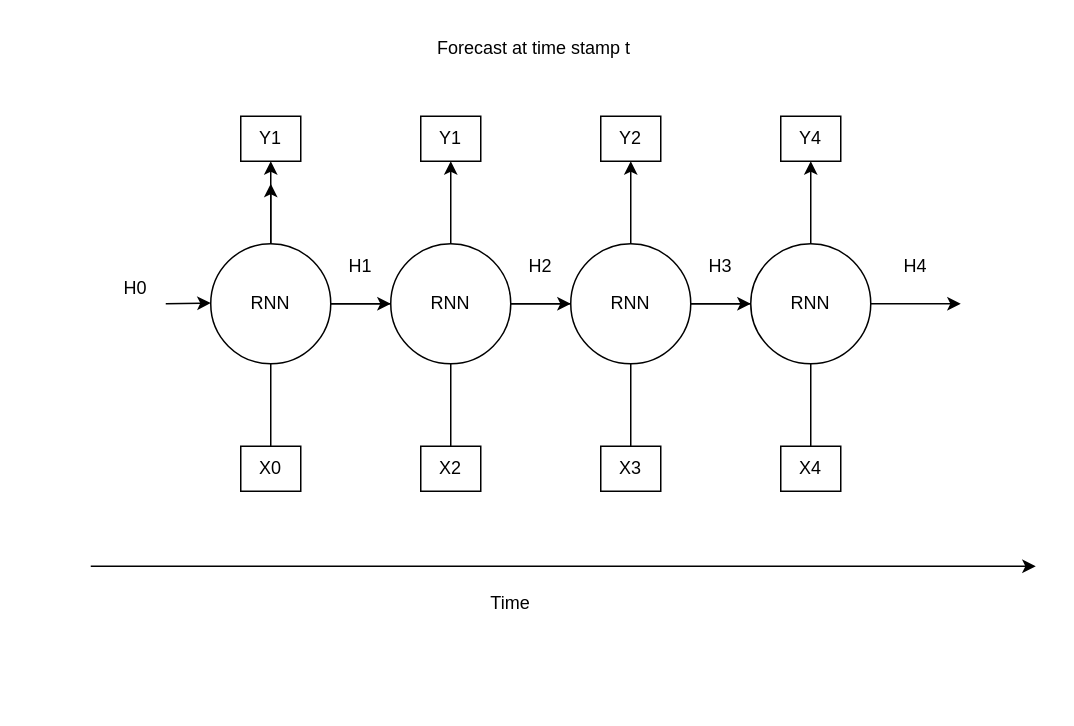
adekuar/test-repo keeps this draw.io diagram as rnn.drawio. Above is the earlier version. Source tidied: cells renumbered, new cells numbered last; positions are measured from the earlier drawing's top-left corner, leaving out a move shared by most shapes. Both pictures are drawn from the tidied source at 150%, with x=0, y=0 at pixel (90, 26).
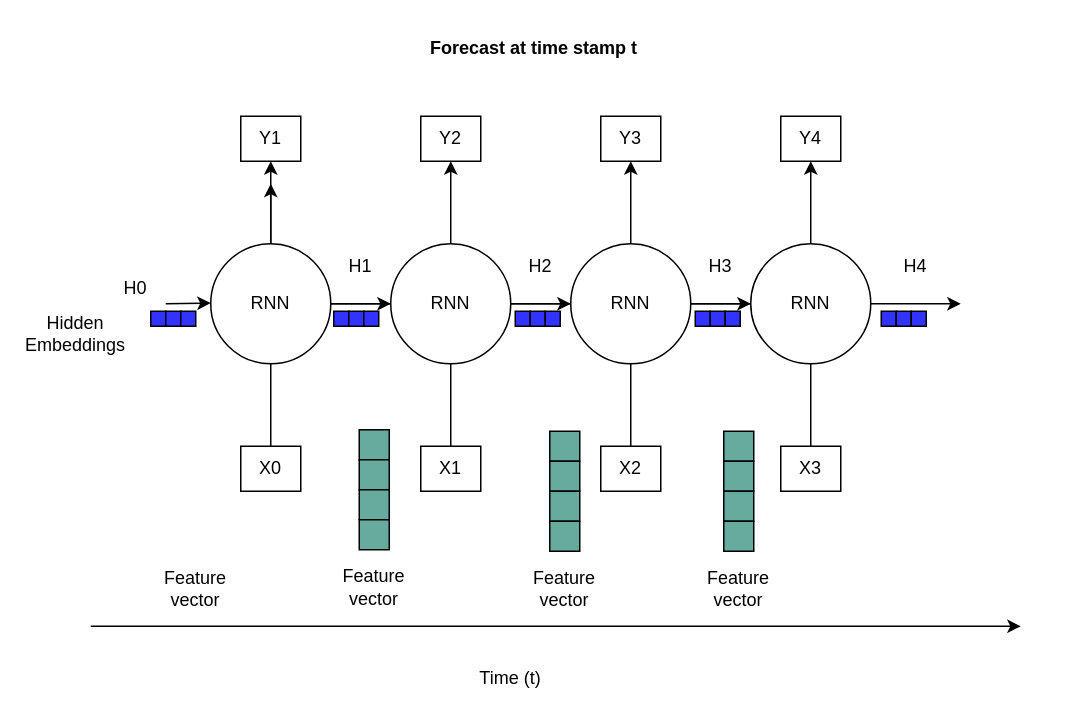
The same page after the edit.

Unchanged cells that the change refers to:
```xml
<mxCell id="5" style="rounded=0;whiteSpace=wrap;html=1;" parent="1" vertex="1">
  <mxGeometry x="100" y="170" width="40" height="30" as="geometry" />
</mxCell>
<mxCell id="8" style="rounded=0;whiteSpace=wrap;html=1;" parent="1" vertex="1">
  <mxGeometry x="220" y="170" width="40" height="30" as="geometry" />
</mxCell>
<mxCell id="11" style="rounded=0;whiteSpace=wrap;html=1;" parent="1" vertex="1">
  <mxGeometry x="340" y="170" width="40" height="30" as="geometry" />
</mxCell>
<mxCell id="13" style="rounded=0;whiteSpace=wrap;html=1;" parent="1" vertex="1">
  <mxGeometry x="460" y="170" width="40" height="30" as="geometry" />
</mxCell>
<mxCell id="27" value="RNN" style="ellipse;whiteSpace=wrap;html=1;" parent="1" vertex="1">
  <mxGeometry x="80" y="145" width="80" height="80" as="geometry" />
</mxCell>
<mxCell id="29" value="RNN" style="ellipse;whiteSpace=wrap;html=1;" parent="1" vertex="1">
  <mxGeometry x="200" y="145" width="80" height="80" as="geometry" />
</mxCell>
<mxCell id="31" value="RNN" style="ellipse;whiteSpace=wrap;html=1;" parent="1" vertex="1">
  <mxGeometry x="320" y="145" width="80" height="80" as="geometry" />
</mxCell>
<mxCell id="32" value="RNN" style="ellipse;whiteSpace=wrap;html=1;" parent="1" vertex="1">
  <mxGeometry x="440" y="145" width="80" height="80" as="geometry" />
</mxCell>
```

What changed in the source:
```diff
@@
-    <mxCell id="2" style="edgeStyle=orthogonalEdgeStyle;rounded=0;jettySize=auto;html=1;" parent="1" edge="1" source="5" target="8">
+    <mxCell id="2" style="edgeStyle=orthogonalEdgeStyle;rounded=0;jettySize=auto;html=1;fillColor=#3333FF;" parent="1" edge="1" source="5" target="8">
       <mxGeometry relative="1" as="geometry" />
     </mxCell>
@@
-    <mxCell id="6" style="edgeStyle=orthogonalEdgeStyle;rounded=0;jettySize=auto;html=1;" parent="1" edge="1" source="8" target="11">
+    <mxCell id="6" style="edgeStyle=orthogonalEdgeStyle;rounded=0;jettySize=auto;html=1;fillColor=#3333FF;" parent="1" edge="1" source="8" target="11">
       <mxGeometry relative="1" as="geometry" />
     </mxCell>
@@
-    <mxCell id="9" style="edgeStyle=orthogonalEdgeStyle;rounded=0;jettySize=auto;html=1;" parent="1" edge="1" source="11" target="13">
+    <mxCell id="9" style="edgeStyle=orthogonalEdgeStyle;rounded=0;jettySize=auto;html=1;fillColor=#3333FF;" parent="1" edge="1" source="11" target="13">
       <mxGeometry relative="1" as="geometry" />
     </mxCell>
@@
-    <mxCell id="15" value="Y1" style="rounded=0;whiteSpace=wrap;html=1;" parent="1" vertex="1">
+    <mxCell id="15" value="Y2" style="rounded=0;whiteSpace=wrap;html=1;" parent="1" vertex="1">
       <mxGeometry x="220" y="60" width="40" height="30" as="geometry" />
     </mxCell>
-    <mxCell id="16" value="Y2" style="rounded=0;whiteSpace=wrap;html=1;" parent="1" vertex="1">
+    <mxCell id="16" value="Y3" style="rounded=0;whiteSpace=wrap;html=1;" parent="1" vertex="1">
       <mxGeometry x="340" y="60" width="40" height="30" as="geometry" />
     </mxCell>
@@
-    <mxCell id="21" value="X2" style="rounded=0;whiteSpace=wrap;html=1;" parent="1" vertex="1">
+    <mxCell id="21" value="X1" style="rounded=0;whiteSpace=wrap;html=1;" parent="1" vertex="1">
       <mxGeometry x="220" y="280" width="40" height="30" as="geometry" />
     </mxCell>
@@
-    <mxCell id="23" value="X3" style="rounded=0;whiteSpace=wrap;html=1;" parent="1" vertex="1">
+    <mxCell id="23" value="X2" style="rounded=0;whiteSpace=wrap;html=1;" parent="1" vertex="1">
       <mxGeometry x="340" y="280" width="40" height="30" as="geometry" />
     </mxCell>
@@
-    <mxCell id="25" value="X4" style="rounded=0;whiteSpace=wrap;html=1;" parent="1" vertex="1">
+    <mxCell id="25" value="X3" style="rounded=0;whiteSpace=wrap;html=1;" parent="1" vertex="1">
       <mxGeometry x="460" y="280" width="40" height="30" as="geometry" />
     </mxCell>
-    <mxCell id="26" style="edgeStyle=orthogonalEdgeStyle;rounded=0;jettySize=auto;html=1;exitX=1;exitY=0.5;exitDx=0;exitDy=0;" parent="1" edge="1" source="27">
+    <mxCell id="26" style="edgeStyle=orthogonalEdgeStyle;rounded=0;jettySize=auto;html=1;exitX=1;exitY=0.5;exitDx=0;exitDy=0;fillColor=#3333FF;" parent="1" edge="1" source="27">
       <mxGeometry relative="1" as="geometry">
         <mxPoint x="200" y="185" as="targetPoint" />
       </mxGeometry>
     </mxCell>
@@
-    <mxCell id="28" style="edgeStyle=orthogonalEdgeStyle;rounded=0;jettySize=auto;html=1;exitX=1;exitY=0.5;exitDx=0;exitDy=0;entryX=0;entryY=0.5;entryDx=0;entryDy=0;" parent="1" edge="1" source="29" target="31">
+    <mxCell id="28" style="edgeStyle=orthogonalEdgeStyle;rounded=0;jettySize=auto;html=1;exitX=1;exitY=0.5;exitDx=0;exitDy=0;entryX=0;entryY=0.5;entryDx=0;entryDy=0;fillColor=#3333FF;" parent="1" edge="1" source="29" target="31">
       <mxGeometry relative="1" as="geometry" />
     </mxCell>
@@
-    <mxCell id="30" style="edgeStyle=orthogonalEdgeStyle;rounded=0;jettySize=auto;html=1;exitX=1;exitY=0.5;exitDx=0;exitDy=0;" parent="1" edge="1" source="31">
+    <mxCell id="30" style="edgeStyle=orthogonalEdgeStyle;rounded=0;jettySize=auto;html=1;exitX=1;exitY=0.5;exitDx=0;exitDy=0;fillColor=#3333FF;" parent="1" edge="1" source="31">
       <mxGeometry relative="1" as="geometry">
         <mxPoint x="440" y="185" as="targetPoint" />
       </mxGeometry>
     </mxCell>
@@
-    <mxCell id="33" style="endArrow=classic;html=1;rounded=0;exitX=1;exitY=0.5;exitDx=0;exitDy=0;" parent="1" edge="1" source="32">
+    <mxCell id="33" style="endArrow=classic;html=1;rounded=0;exitX=1;exitY=0.5;exitDx=0;exitDy=0;fillColor=#3333FF;" parent="1" edge="1" source="32">
       <mxGeometry relative="1" as="geometry">
         <mxPoint x="580" y="185" as="targetPoint" />
       </mxGeometry>
     </mxCell>
@@
-    <mxCell id="39" style="endArrow=classic;html=1;rounded=0;" parent="1" edge="1">
+    <mxCell id="39" style="endArrow=classic;html=1;rounded=0;fillColor=#3333FF;" parent="1" edge="1">
       <mxGeometry relative="1" as="geometry">
         <mxPoint x="50" y="185" as="sourcePoint" />
         <mxPoint x="80" y="184.5" as="targetPoint" />
       </mxGeometry>
     </mxCell>
     <mxCell id="40" style="endArrow=classic;html=1;rounded=0;" parent="1" edge="1">
       <mxGeometry relative="1" as="geometry">
-        <mxPoint y="360" as="sourcePoint" />
-        <mxPoint x="630" y="360" as="targetPoint" />
+        <mxPoint y="400" as="sourcePoint" />
+        <mxPoint x="620" y="400" as="targetPoint" />
       </mxGeometry>
     </mxCell>
-    <mxCell id="41" value="Time" style="text;html=1;align=center;verticalAlign=middle;whiteSpace=wrap;rounded=0;" parent="1" vertex="1">
-      <mxGeometry x="250" y="370" width="60" height="30" as="geometry" />
+    <mxCell id="41" value="Time (t)" style="text;html=1;align=center;verticalAlign=middle;whiteSpace=wrap;rounded=0;" parent="1" vertex="1">
+      <mxGeometry x="250" y="420" width="60" height="30" as="geometry" />
     </mxCell>
-    <mxCell id="42" value="&amp;nbsp;Forecast at time stamp t" style="text;html=1;align=center;verticalAlign=middle;whiteSpace=wrap;rounded=0;" parent="1" vertex="1">
+    <mxCell id="42" value="&lt;b&gt;&amp;nbsp;Forecast at time stamp t&lt;/b&gt;" style="text;html=1;align=center;verticalAlign=middle;whiteSpace=wrap;rounded=0;" parent="1" vertex="1">
       <mxGeometry x="204" width="180" height="30" as="geometry" />
     </mxCell>
+    <mxCell id="43" value="Feature vector" style="text;html=1;align=center;verticalAlign=middle;whiteSpace=wrap;rounded=0;" parent="1" vertex="1">
+      <mxGeometry x="40" y="360" width="60" height="30" as="geometry" />
+    </mxCell>
+    <mxCell id="44" style="whiteSpace=wrap;html=1;fillColor=#67AB9F;" parent="1" vertex="1">
+      <mxGeometry x="179" y="269" width="20" height="20" as="geometry" />
+    </mxCell>
+    <mxCell id="45" style="whiteSpace=wrap;html=1;fillColor=#67AB9F;" parent="1" vertex="1">
+      <mxGeometry x="179" y="289" width="20" height="20" as="geometry" />
+    </mxCell>
+    <mxCell id="46" style="whiteSpace=wrap;html=1;fillColor=#67AB9F;" parent="1" vertex="1">
+      <mxGeometry x="179" y="309" width="20" height="20" as="geometry" />
+    </mxCell>
+    <mxCell id="47" style="whiteSpace=wrap;html=1;fillColor=#67AB9F;" parent="1" vertex="1">
+      <mxGeometry x="179" y="329" width="20" height="20" as="geometry" />
+    </mxCell>
+    <mxCell id="48" value="Feature vector" style="text;html=1;align=center;verticalAlign=middle;whiteSpace=wrap;rounded=0;" parent="1" vertex="1">
+      <mxGeometry x="159" y="359" width="60" height="30" as="geometry" />
+    </mxCell>
+    <mxCell id="49" style="whiteSpace=wrap;html=1;fillColor=#67AB9F;" parent="1" vertex="1">
+      <mxGeometry x="306" y="270" width="20" height="20" as="geometry" />
+    </mxCell>
+    <mxCell id="50" style="whiteSpace=wrap;html=1;fillColor=#67AB9F;" parent="1" vertex="1">
+      <mxGeometry x="306" y="290" width="20" height="20" as="geometry" />
+    </mxCell>
+    <mxCell id="51" style="whiteSpace=wrap;html=1;fillColor=#67AB9F;" parent="1" vertex="1">
+      <mxGeometry x="306" y="310" width="20" height="20" as="geometry" />
+    </mxCell>
+    <mxCell id="52" style="whiteSpace=wrap;html=1;fillColor=#67AB9F;" parent="1" vertex="1">
+      <mxGeometry x="306" y="330" width="20" height="20" as="geometry" />
+    </mxCell>
+    <mxCell id="53" value="Feature vector" style="text;html=1;align=center;verticalAlign=middle;whiteSpace=wrap;rounded=0;" parent="1" vertex="1">
+      <mxGeometry x="286" y="360" width="60" height="30" as="geometry" />
+    </mxCell>
+    <mxCell id="54" style="whiteSpace=wrap;html=1;fillColor=#67AB9F;" parent="1" vertex="1">
+      <mxGeometry x="422" y="270" width="20" height="20" as="geometry" />
+    </mxCell>
+    <mxCell id="55" style="whiteSpace=wrap;html=1;fillColor=#67AB9F;" parent="1" vertex="1">
+      <mxGeometry x="422" y="290" width="20" height="20" as="geometry" />
+    </mxCell>
+    <mxCell id="56" style="whiteSpace=wrap;html=1;fillColor=#67AB9F;" parent="1" vertex="1">
+      <mxGeometry x="422" y="310" width="20" height="20" as="geometry" />
+    </mxCell>
+    <mxCell id="57" style="whiteSpace=wrap;html=1;fillColor=#67AB9F;" parent="1" vertex="1">
+      <mxGeometry x="422" y="330" width="20" height="20" as="geometry" />
+    </mxCell>
+    <mxCell id="58" value="Feature vector" style="text;html=1;align=center;verticalAlign=middle;whiteSpace=wrap;rounded=0;" parent="1" vertex="1">
+      <mxGeometry x="402" y="360" width="60" height="30" as="geometry" />
+    </mxCell>
+    <mxCell id="59" style="group;fillColor=#3333FF;" parent="1" vertex="1">
+      <mxGeometry x="40" y="190" width="30" height="10" as="geometry" />
+    </mxCell>
+    <mxCell id="60" style="whiteSpace=wrap;html=1;fillColor=#3333FF;" parent="59" vertex="1">
+      <mxGeometry width="10" height="10" as="geometry" />
+    </mxCell>
+    <mxCell id="61" style="whiteSpace=wrap;html=1;fillColor=#3333FF;" parent="59" vertex="1">
+      <mxGeometry x="10" width="10" height="10" as="geometry" />
+    </mxCell>
+    <mxCell id="62" style="whiteSpace=wrap;html=1;fillColor=#3333FF;" parent="59" vertex="1">
+      <mxGeometry x="20" width="10" height="10" as="geometry" />
+    </mxCell>
+    <mxCell id="63" style="group;fillColor=#3333FF;" parent="1" vertex="1">
+      <mxGeometry x="162" y="190" width="30" height="10" as="geometry" />
+    </mxCell>
+    <mxCell id="64" style="whiteSpace=wrap;html=1;fillColor=#3333FF;" parent="63" vertex="1">
+      <mxGeometry width="10" height="10" as="geometry" />
+    </mxCell>
+    <mxCell id="65" style="whiteSpace=wrap;html=1;fillColor=#3333FF;" parent="63" vertex="1">
+      <mxGeometry x="10" width="10" height="10" as="geometry" />
+    </mxCell>
+    <mxCell id="66" style="whiteSpace=wrap;html=1;fillColor=#3333FF;" parent="63" vertex="1">
+      <mxGeometry x="20" width="10" height="10" as="geometry" />
+    </mxCell>
+    <mxCell id="67" style="group;fillColor=#3333FF;" parent="1" vertex="1">
+      <mxGeometry x="283" y="190" width="30" height="10" as="geometry" />
+    </mxCell>
+    <mxCell id="68" style="whiteSpace=wrap;html=1;fillColor=#3333FF;" parent="67" vertex="1">
+      <mxGeometry width="10" height="10" as="geometry" />
+    </mxCell>
+    <mxCell id="69" style="whiteSpace=wrap;html=1;fillColor=#3333FF;" parent="67" vertex="1">
+      <mxGeometry x="10" width="10" height="10" as="geometry" />
+    </mxCell>
+    <mxCell id="70" style="whiteSpace=wrap;html=1;fillColor=#3333FF;" parent="67" vertex="1">
+      <mxGeometry x="20" width="10" height="10" as="geometry" />
+    </mxCell>
+    <mxCell id="71" style="group;fillColor=#3333FF;" parent="1" vertex="1">
+      <mxGeometry x="403" y="190" width="30" height="10" as="geometry" />
+    </mxCell>
+    <mxCell id="72" style="whiteSpace=wrap;html=1;fillColor=#3333FF;" parent="71" vertex="1">
+      <mxGeometry width="10" height="10" as="geometry" />
+    </mxCell>
+    <mxCell id="73" style="whiteSpace=wrap;html=1;fillColor=#3333FF;" parent="71" vertex="1">
+      <mxGeometry x="10" width="10" height="10" as="geometry" />
+    </mxCell>
+    <mxCell id="74" style="whiteSpace=wrap;html=1;fillColor=#3333FF;" parent="71" vertex="1">
+      <mxGeometry x="20" width="10" height="10" as="geometry" />
+    </mxCell>
+    <mxCell id="75" style="group;fillColor=#3333FF;" parent="1" vertex="1">
+      <mxGeometry x="527" y="190" width="30" height="10" as="geometry" />
+    </mxCell>
+    <mxCell id="76" style="whiteSpace=wrap;html=1;fillColor=#3333FF;" parent="75" vertex="1">
+      <mxGeometry width="10" height="10" as="geometry" />
+    </mxCell>
+    <mxCell id="77" style="whiteSpace=wrap;html=1;fillColor=#3333FF;" parent="75" vertex="1">
+      <mxGeometry x="10" width="10" height="10" as="geometry" />
+    </mxCell>
+    <mxCell id="78" style="whiteSpace=wrap;html=1;fillColor=#3333FF;" parent="75" vertex="1">
+      <mxGeometry x="20" width="10" height="10" as="geometry" />
+    </mxCell>
+    <mxCell id="79" value="Hidden Embeddings" style="text;html=1;align=center;verticalAlign=middle;whiteSpace=wrap;rounded=0;" parent="1" vertex="1">
+      <mxGeometry x="-40" y="190" width="60" height="30" as="geometry" />
+    </mxCell>
```
